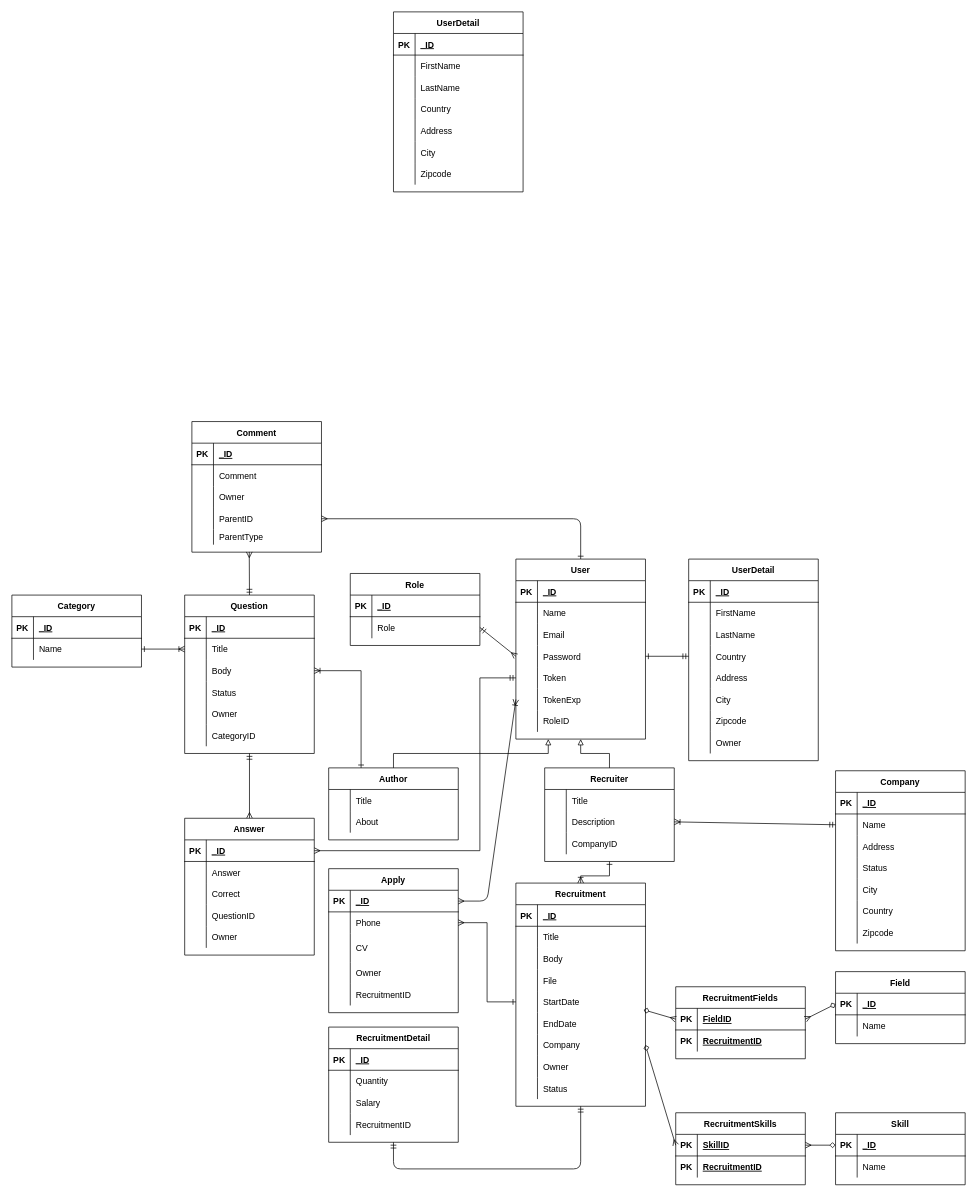
Earlier version of the draw.io diagram page "PDM" (2 of 2) of schema.drawio (GuysKapen/ForumWeb). Source tidied: cells renumbered, new cells numbered last; positions are measured from the earlier drawing's top-left corner, leaving out a move shared by most shapes. Both pictures are drawn from the tidied source at 72%, with x=0, y=0 at pixel (12, 12).
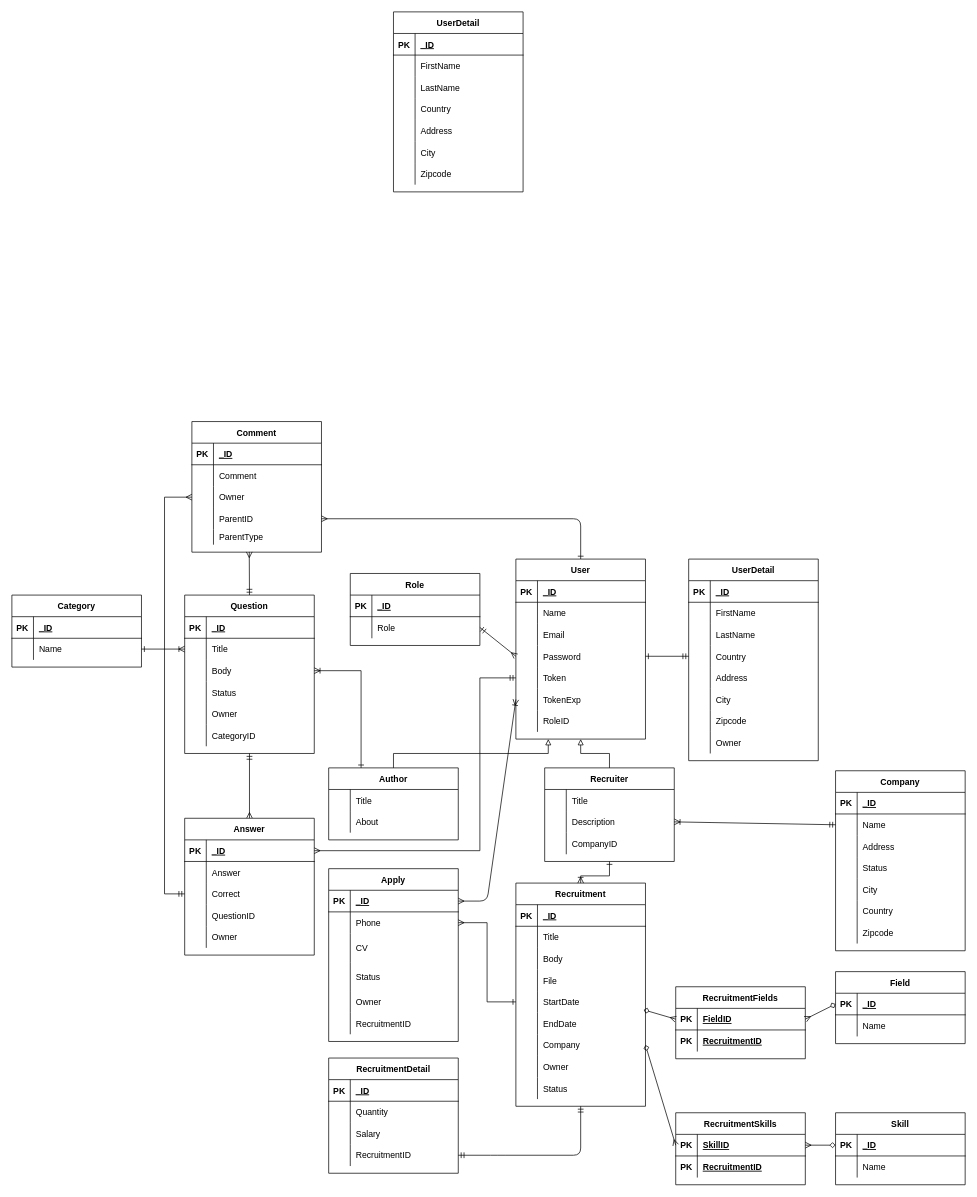
The same page after the edit.

Unchanged cells that the change refers to:
```xml
<mxCell id="117" value="Recruitment" style="shape=table;startSize=30;childLayout=tableLayout;rowLines=0;fontStyle=1;align=center;" parent="1" vertex="1">
  <mxGeometry x="700" y="1210" width="180" height="310" as="geometry" />
</mxCell>
<mxCell id="152" style="shape=partialRectangle;fillColor=none;top=0;left=0;bottom=0;right=0;points=[[0,0.5],[1,0.5]];portConstraint=eastwest;" parent="145" vertex="1">
  <mxGeometry y="90" width="180" height="30" as="geometry" />
</mxCell>
<mxCell id="241" style="shape=partialRectangle;fillColor=none;top=0;left=0;bottom=0;right=0;points=[[0,0.5],[1,0.5]];portConstraint=eastwest;" parent="231" vertex="1">
  <mxGeometry y="120" width="180" height="30" as="geometry" />
</mxCell>
<mxCell id="263" style="shape=partialRectangle;fillColor=none;top=0;left=0;bottom=0;right=0;points=[[0,0.5],[1,0.5]];portConstraint=eastwest;" parent="256" vertex="1">
  <mxGeometry y="90" width="180" height="30" as="geometry" />
</mxCell>
```

The edit, as a diff of the source:
```diff
@@
-    <mxCell id="116" style="edgeStyle=none;html=1;exitX=0.5;exitY=1;exitDx=0;exitDy=0;entryX=0.5;entryY=1;entryDx=0;entryDy=0;startArrow=ERmandOne;startFill=0;endArrow=ERmandOne;endFill=0;" parent="1" edge="1" source="117" target="231">
+    <mxCell id="116" style="edgeStyle=none;html=1;exitX=0.5;exitY=1;exitDx=0;exitDy=0;startArrow=ERmandOne;startFill=0;endArrow=ERmandOne;endFill=0;entryX=1;entryY=0.5;entryDx=0;entryDy=0;" parent="1" edge="1" source="117" target="241">
       <mxGeometry relative="1" as="geometry">
         <Array as="points">
-          <mxPoint x="790" y="1607" />
-          <mxPoint x="530" y="1607" />
+          <mxPoint x="790" y="1588" />
+          <mxPoint x="675" y="1588" />
         </Array>
       </mxGeometry>
     </mxCell>
@@
     <mxCell id="161" value="Apply" style="shape=table;startSize=30;childLayout=tableLayout;rowLines=0;fontStyle=1;align=center;" parent="1" vertex="1">
-      <mxGeometry x="440" y="1190" width="180" height="200" as="geometry" />
+      <mxGeometry x="440" y="1190" width="180" height="240" as="geometry" />
     </mxCell>
@@
+    <mxCell id="282" style="shape=partialRectangle;fillColor=none;top=0;left=0;bottom=0;right=0;" parent="161" vertex="1">
+      <mxGeometry y="130" width="180" height="40" as="geometry" />
+    </mxCell>
+    <mxCell id="283" style="shape=partialRectangle;fillColor=none;top=0;left=0;bottom=0;right=0;overflow=hidden;" parent="282" vertex="1">
+      <mxGeometry width="30" height="40" as="geometry" />
+    </mxCell>
+    <mxCell id="284" value="Status" style="shape=partialRectangle;fillColor=none;top=0;left=0;bottom=0;right=0;align=left;spacingLeft=6;overflow=hidden;" parent="282" vertex="1">
+      <mxGeometry x="30" width="150" height="40" as="geometry" />
+    </mxCell>
     <mxCell id="171" style="shape=partialRectangle;fillColor=none;top=0;left=0;bottom=0;right=0;" parent="161" vertex="1">
-      <mxGeometry y="130" width="180" height="30" as="geometry" />
+      <mxGeometry y="170" width="180" height="30" as="geometry" />
     </mxCell>
@@
     <mxCell id="174" style="shape=partialRectangle;fillColor=none;top=0;left=0;bottom=0;right=0;" parent="161" vertex="1">
-      <mxGeometry y="160" width="180" height="30" as="geometry" />
+      <mxGeometry y="200" width="180" height="30" as="geometry" />
     </mxCell>
@@
     <mxCell id="231" value="RecruitmentDetail" style="shape=table;startSize=30;childLayout=tableLayout;rowLines=0;fontStyle=1;align=center;" parent="1" vertex="1">
-      <mxGeometry x="440" y="1410" width="180" height="160" as="geometry" />
+      <mxGeometry x="440" y="1453" width="180" height="160" as="geometry" />
     </mxCell>
@@
+    <mxCell id="285" style="edgeStyle=orthogonalEdgeStyle;rounded=0;jettySize=auto;html=1;exitX=0;exitY=0.5;exitDx=0;exitDy=0;entryX=0;entryY=0.5;entryDx=0;entryDy=0;startArrow=ERmandOne;startFill=0;endArrow=ERmany;endFill=0;" parent="1" edge="1" source="263" target="152">
+      <mxGeometry relative="1" as="geometry">
+        <Array as="points">
+          <mxPoint x="212" y="1225" />
+          <mxPoint x="212" y="674" />
+        </Array>
+      </mxGeometry>
+    </mxCell>
```
